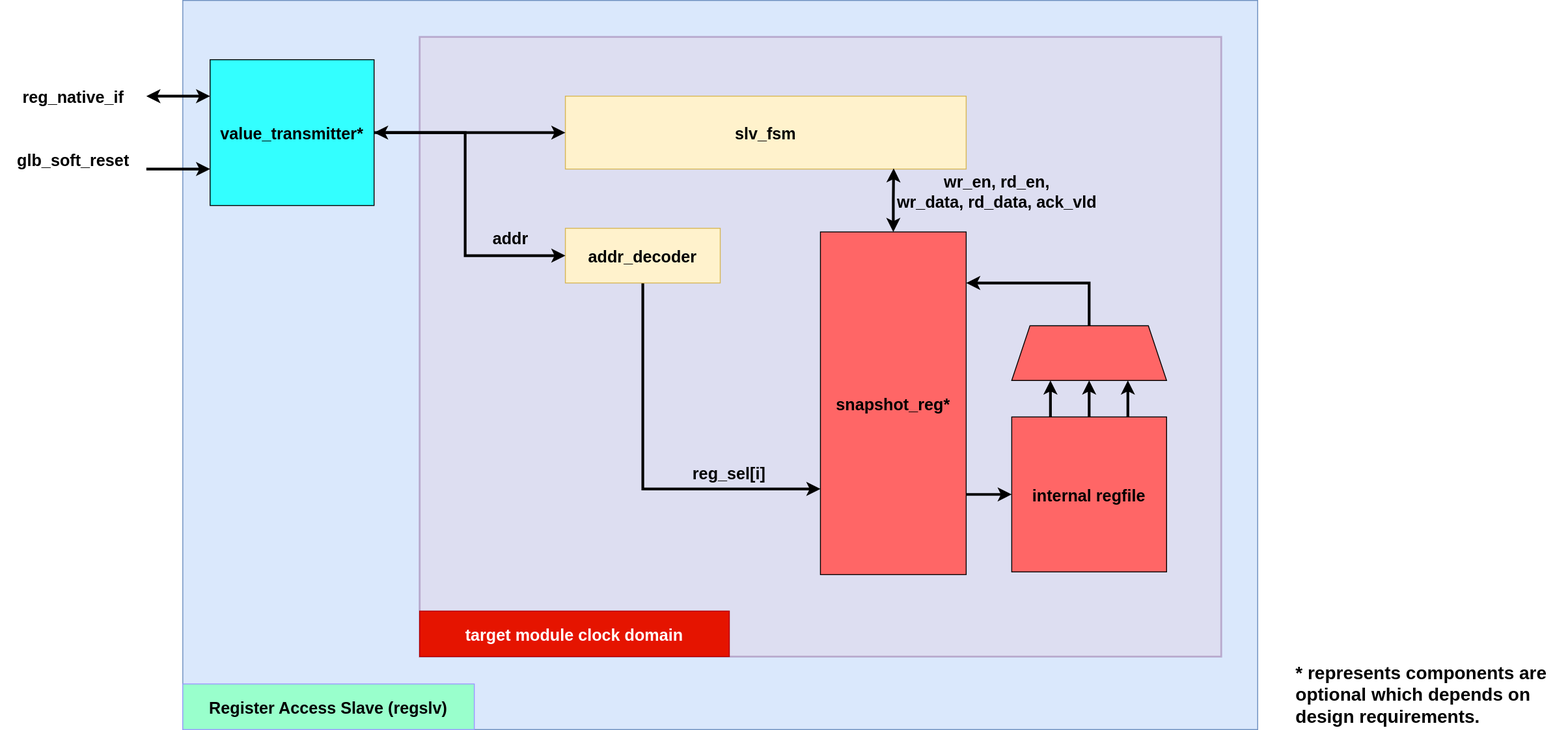
howsayhao/hj_reg_auto keeps this draw.io diagram as docs/pics/rtl/regslv_rtl_infra.drawio.svg. Above is the earlier version. Source tidied: cells renumbered, new cells last; positions are measured from the earlier drawing's top-left corner, leaving out a move shared by most shapes.
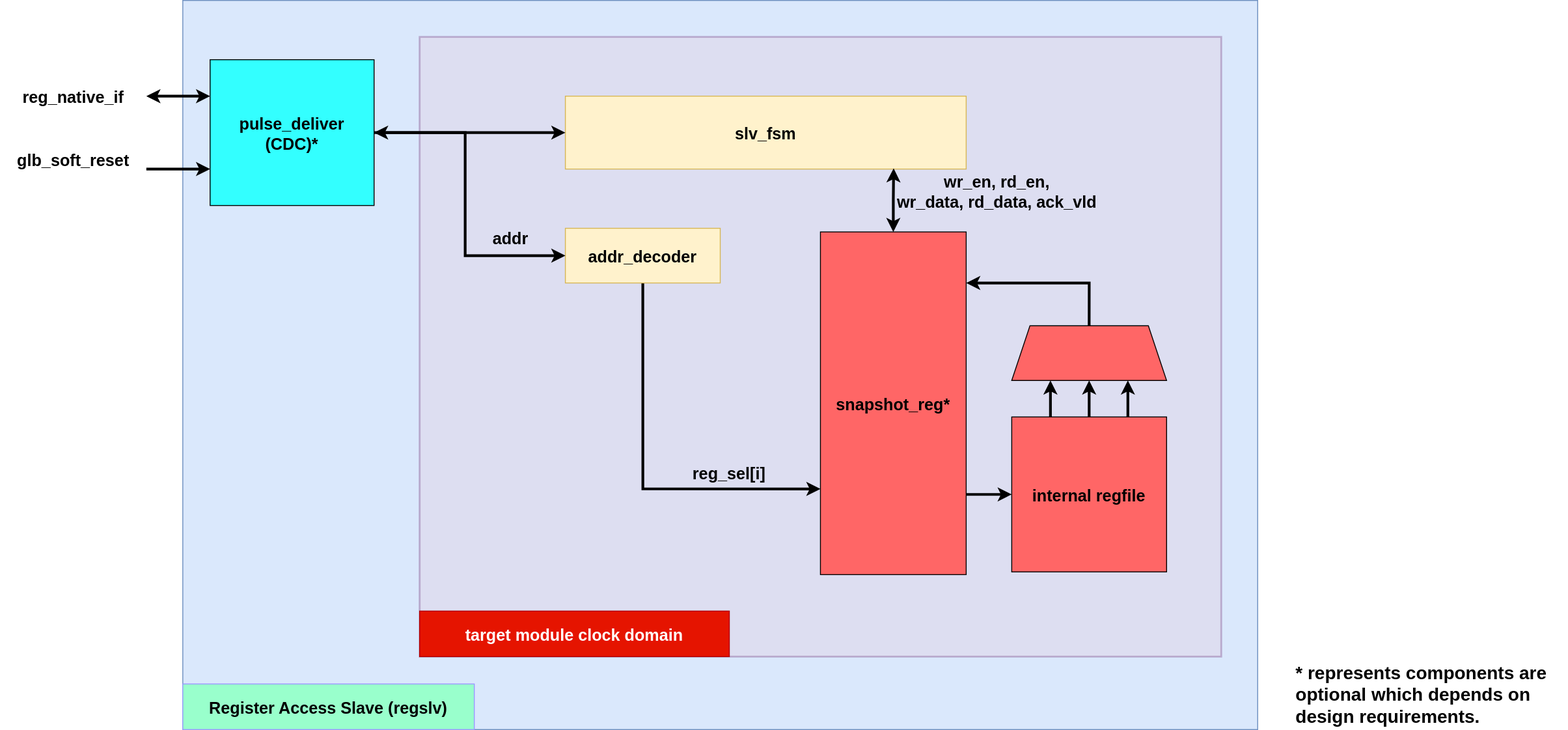
Later version of the same file.

The edit, as a diff of the source:
```diff
@@ -70,7 +70,7 @@
         </Array>
       </mxGeometry>
     </mxCell>
-    <mxCell id="21" value="value_transmitter*" style="rounded=0;fontColor=#000000;fillColor=#33FFFF;fontSize=18;fontStyle=1;" parent="1" vertex="1">
+    <mxCell id="21" value="pulse_deliver&#10;(CDC)*" style="rounded=0;fontColor=#000000;fillColor=#33FFFF;fontSize=18;fontStyle=1;" parent="1" vertex="1">
       <mxGeometry x="230" y="65" width="180" height="160" as="geometry" />
     </mxCell>
     <mxCell id="22" style="edgeStyle=orthogonalEdgeStyle;rounded=0;exitX=1;exitY=0.5;exitDx=0;exitDy=0;entryX=0;entryY=0.25;entryDx=0;entryDy=0;strokeWidth=3;startArrow=classic;startFill=1;fontSize=18;fontStyle=1;" parent="1" edge="1" source="23" target="21">
```
